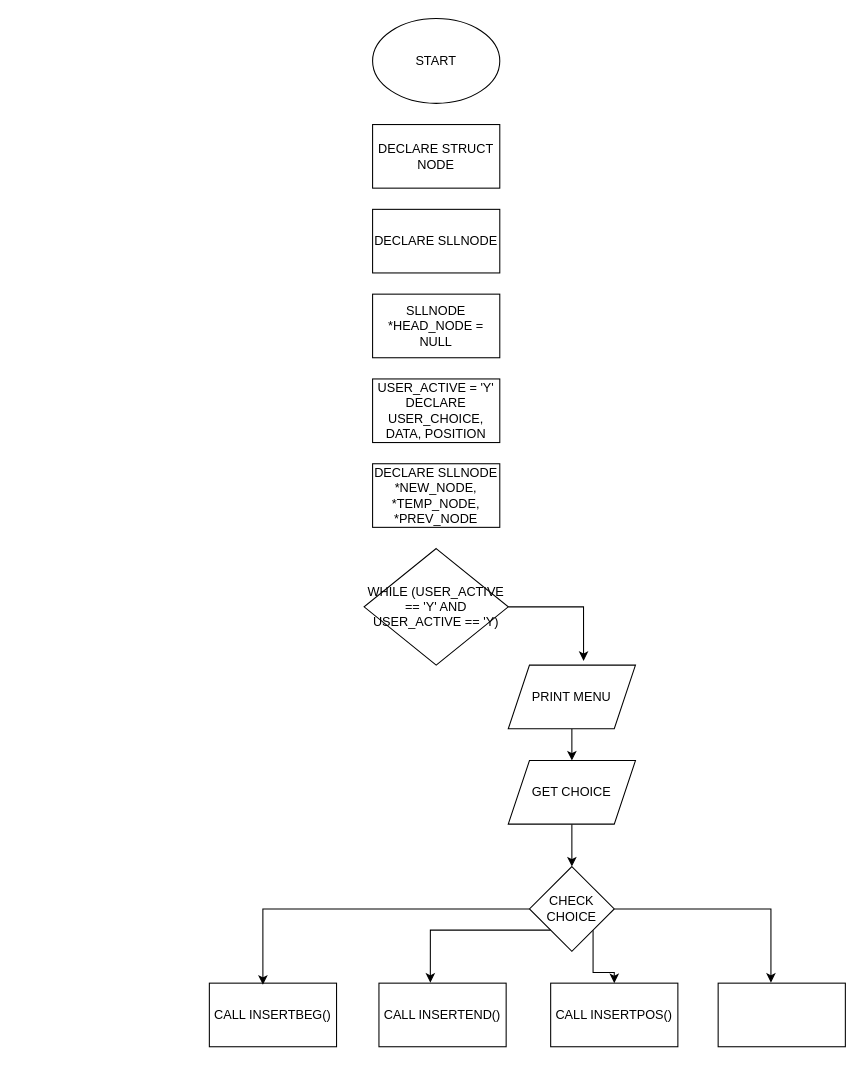
This is SLL.drawio from ahamril2265/DSA-LABS, a draw.io file, before an edit. Source tidied: cells renumbered, new cells numbered last; positions are measured from the earlier drawing's top-left corner, leaving out a move shared by most shapes. Both pictures are drawn from the tidied source at 106%, with x=0, y=0 at pixel (209, 18).
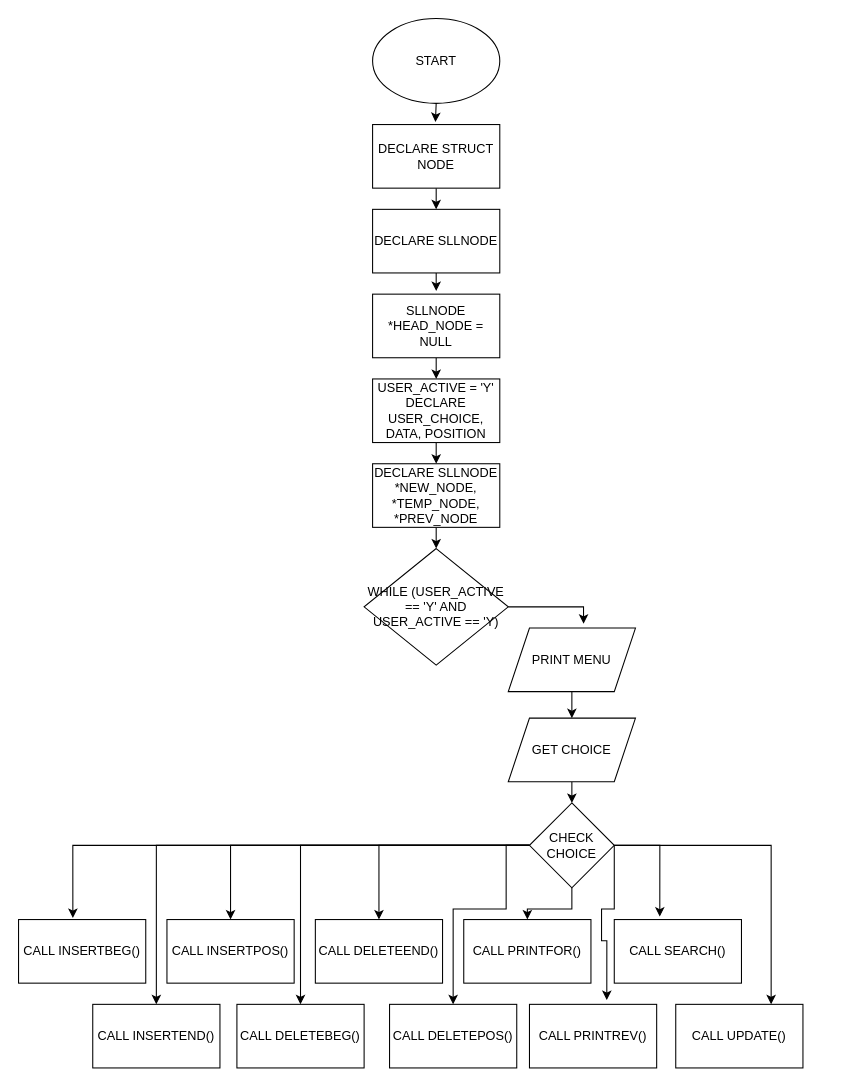
The same page after the edit.

Unchanged cells that the change refers to:
```xml
<mxCell id="2" value="START" style="ellipse;whiteSpace=wrap;html=1;" parent="1" vertex="1">
  <mxGeometry x="154" width="120" height="80" as="geometry" />
</mxCell>
<mxCell id="3" value="DECLARE STRUCT NODE" style="rounded=0;whiteSpace=wrap;html=1;" parent="1" vertex="1">
  <mxGeometry x="154" y="100" width="120" height="60" as="geometry" />
</mxCell>
<mxCell id="4" value="DECLARE SLLNODE" style="rounded=0;whiteSpace=wrap;html=1;" parent="1" vertex="1">
  <mxGeometry x="154" y="180" width="120" height="60" as="geometry" />
</mxCell>
<mxCell id="5" value="SLLNODE *HEAD_NODE = NULL" style="rounded=0;whiteSpace=wrap;html=1;" parent="1" vertex="1">
  <mxGeometry x="154" y="260" width="120" height="60" as="geometry" />
</mxCell>
<mxCell id="6" value="USER_ACTIVE = 'Y'&lt;div&gt;DECLARE USER_CHOICE, DATA, POSITION&lt;/div&gt;" style="rounded=0;whiteSpace=wrap;html=1;" parent="1" vertex="1">
  <mxGeometry x="154" y="340" width="120" height="60" as="geometry" />
</mxCell>
<mxCell id="7" value="DECLARE SLLNODE *NEW_NODE, *TEMP_NODE, *PREV_NODE" style="rounded=0;whiteSpace=wrap;html=1;" parent="1" vertex="1">
  <mxGeometry x="154" y="420" width="120" height="60" as="geometry" />
</mxCell>
<mxCell id="8" value="WHILE (USER_ACTIVE == 'Y' AND USER_ACTIVE == 'Y)" style="rhombus;whiteSpace=wrap;html=1;" parent="1" vertex="1">
  <mxGeometry x="146" y="500" width="136" height="110" as="geometry" />
</mxCell>
```

Change to the diagram source:
```diff
@@
+    <mxCell id="23" style="edgeStyle=orthogonalEdgeStyle;rounded=0;jettySize=auto;html=1;exitX=0.5;exitY=1;exitDx=0;exitDy=0;entryX=0.5;entryY=0;entryDx=0;entryDy=0;" parent="1" edge="1" source="3" target="4">
+      <mxGeometry relative="1" as="geometry" />
+    </mxCell>
@@
+    <mxCell id="24" style="edgeStyle=orthogonalEdgeStyle;rounded=0;jettySize=auto;html=1;exitX=0.5;exitY=1;exitDx=0;exitDy=0;entryX=0.5;entryY=0;entryDx=0;entryDy=0;" parent="1" edge="1" source="5" target="6">
+      <mxGeometry relative="1" as="geometry" />
+    </mxCell>
@@
+    <mxCell id="25" style="edgeStyle=orthogonalEdgeStyle;rounded=0;jettySize=auto;html=1;exitX=0.5;exitY=1;exitDx=0;exitDy=0;entryX=0.5;entryY=0;entryDx=0;entryDy=0;" parent="1" edge="1" source="6" target="7">
+      <mxGeometry relative="1" as="geometry" />
+    </mxCell>
@@
+    <mxCell id="26" style="edgeStyle=orthogonalEdgeStyle;rounded=0;jettySize=auto;html=1;exitX=0.5;exitY=1;exitDx=0;exitDy=0;entryX=0.5;entryY=0;entryDx=0;entryDy=0;" parent="1" edge="1" source="7" target="8">
+      <mxGeometry relative="1" as="geometry" />
+    </mxCell>
@@
     <mxCell id="10" value="PRINT MENU" style="shape=parallelogram;perimeter=parallelogramPerimeter;whiteSpace=wrap;html=1;fixedSize=1;" parent="1" vertex="1">
-      <mxGeometry x="282" y="610" width="120" height="60" as="geometry" />
+      <mxGeometry x="282" y="575" width="120" height="60" as="geometry" />
     </mxCell>
@@
     <mxCell id="13" value="GET CHOICE" style="shape=parallelogram;perimeter=parallelogramPerimeter;whiteSpace=wrap;html=1;fixedSize=1;" parent="1" vertex="1">
-      <mxGeometry x="282" y="700" width="120" height="60" as="geometry" />
+      <mxGeometry x="282" y="660" width="120" height="60" as="geometry" />
     </mxCell>
+    <mxCell id="20" style="edgeStyle=orthogonalEdgeStyle;rounded=0;jettySize=auto;html=1;exitX=0;exitY=0.5;exitDx=0;exitDy=0;entryX=0.427;entryY=-0.025;entryDx=0;entryDy=0;entryPerimeter=0;" parent="1" edge="1" source="15" target="16">
+      <mxGeometry relative="1" as="geometry" />
+    </mxCell>
-    <mxCell id="14" style="edgeStyle=orthogonalEdgeStyle;rounded=0;jettySize=auto;html=1;exitX=1;exitY=1;exitDx=0;exitDy=0;entryX=0.5;entryY=0;entryDx=0;entryDy=0;" parent="1" edge="1" source="15" target="18">
+    <mxCell id="14" style="edgeStyle=orthogonalEdgeStyle;rounded=0;jettySize=auto;html=1;entryX=0.5;entryY=0;entryDx=0;entryDy=0;exitX=0;exitY=0.5;exitDx=0;exitDy=0;" parent="1" edge="1" source="15" target="18">
       <mxGeometry relative="1" as="geometry" />
     </mxCell>
+    <mxCell id="27" style="edgeStyle=orthogonalEdgeStyle;rounded=0;jettySize=auto;html=1;entryX=0.5;entryY=0;entryDx=0;entryDy=0;" parent="1" edge="1" source="15" target="31">
+      <mxGeometry relative="1" as="geometry" />
+    </mxCell>
+    <mxCell id="28" style="edgeStyle=orthogonalEdgeStyle;rounded=0;jettySize=auto;html=1;entryX=0.5;entryY=0;entryDx=0;entryDy=0;" parent="1" edge="1" source="15" target="33">
+      <mxGeometry relative="1" as="geometry" />
+    </mxCell>
+    <mxCell id="21" style="edgeStyle=orthogonalEdgeStyle;rounded=0;jettySize=auto;html=1;exitX=0;exitY=0.5;exitDx=0;exitDy=0;" parent="1" edge="1" source="15" target="17">
+      <mxGeometry relative="1" as="geometry" />
+    </mxCell>
+    <mxCell id="22" style="edgeStyle=orthogonalEdgeStyle;rounded=0;jettySize=auto;html=1;exitX=0;exitY=0.5;exitDx=0;exitDy=0;entryX=0.5;entryY=0;entryDx=0;entryDy=0;" parent="1" edge="1" source="15" target="19">
+      <mxGeometry relative="1" as="geometry" />
+    </mxCell>
+    <mxCell id="29" style="edgeStyle=orthogonalEdgeStyle;rounded=0;jettySize=auto;html=1;exitX=0;exitY=0.5;exitDx=0;exitDy=0;" parent="1" edge="1" source="15" target="32">
+      <mxGeometry relative="1" as="geometry">
+        <Array as="points">
+          <mxPoint x="280" y="780" />
+          <mxPoint x="280" y="840" />
+          <mxPoint x="230" y="840" />
+        </Array>
+      </mxGeometry>
+    </mxCell>
+    <mxCell id="30" style="edgeStyle=orthogonalEdgeStyle;rounded=0;jettySize=auto;html=1;exitX=1;exitY=0.5;exitDx=0;exitDy=0;entryX=0.75;entryY=0;entryDx=0;entryDy=0;" parent="1" edge="1" source="15" target="36">
+      <mxGeometry relative="1" as="geometry" />
+    </mxCell>
     <mxCell id="15" value="CHECK CHOICE" style="rhombus;whiteSpace=wrap;html=1;" parent="1" vertex="1">
-      <mxGeometry x="302" y="800" width="80" height="80" as="geometry" />
+      <mxGeometry x="302" y="740" width="80" height="80" as="geometry" />
     </mxCell>
     <mxCell id="16" value="CALL INSERTBEG()" style="rounded=0;whiteSpace=wrap;html=1;" parent="1" vertex="1">
-      <mxGeometry y="910" width="120" height="60" as="geometry" />
+      <mxGeometry x="-180" y="850" width="120" height="60" as="geometry" />
     </mxCell>
     <mxCell id="17" value="CALL INSERTEND()" style="rounded=0;whiteSpace=wrap;html=1;" parent="1" vertex="1">
-      <mxGeometry x="160" y="910" width="120" height="60" as="geometry" />
+      <mxGeometry x="-110" y="930" width="120" height="60" as="geometry" />
     </mxCell>
     <mxCell id="18" value="CALL INSERTPOS()" style="rounded=0;whiteSpace=wrap;html=1;" parent="1" vertex="1">
-      <mxGeometry x="322" y="910" width="120" height="60" as="geometry" />
+      <mxGeometry x="-40" y="850" width="120" height="60" as="geometry" />
     </mxCell>
-    <mxCell id="19" style="rounded=0;whiteSpace=wrap;html=1;" parent="1" vertex="1">
-      <mxGeometry x="480" y="910" width="120" height="60" as="geometry" />
+    <mxCell id="19" value="CALL DELETEBEG()" style="rounded=0;whiteSpace=wrap;html=1;" parent="1" vertex="1">
+      <mxGeometry x="26" y="930" width="120" height="60" as="geometry" />
     </mxCell>
-    <mxCell id="20" style="edgeStyle=orthogonalEdgeStyle;rounded=0;jettySize=auto;html=1;exitX=0;exitY=0.5;exitDx=0;exitDy=0;entryX=0.421;entryY=0.026;entryDx=0;entryDy=0;entryPerimeter=0;" parent="1" edge="1" source="15" target="16">
-      <mxGeometry relative="1" as="geometry" />
-    </mxCell>
-    <mxCell id="21" style="edgeStyle=orthogonalEdgeStyle;rounded=0;jettySize=auto;html=1;exitX=0;exitY=1;exitDx=0;exitDy=0;entryX=0.404;entryY=-0.008;entryDx=0;entryDy=0;entryPerimeter=0;" parent="1" edge="1" source="15" target="17">
-      <mxGeometry relative="1" as="geometry" />
-    </mxCell>
-    <mxCell id="22" style="edgeStyle=orthogonalEdgeStyle;rounded=0;jettySize=auto;html=1;exitX=1;exitY=0.5;exitDx=0;exitDy=0;entryX=0.415;entryY=-0.008;entryDx=0;entryDy=0;entryPerimeter=0;" parent="1" edge="1" source="15" target="19">
-      <mxGeometry relative="1" as="geometry" />
-    </mxCell>
+    <mxCell id="31" value="CALL DELETEEND()" style="rounded=0;whiteSpace=wrap;html=1;" parent="1" vertex="1">
+      <mxGeometry x="100" y="850" width="120" height="60" as="geometry" />
+    </mxCell>
+    <mxCell id="32" value="CALL DELETEPOS()" style="rounded=0;whiteSpace=wrap;html=1;" parent="1" vertex="1">
+      <mxGeometry x="170" y="930" width="120" height="60" as="geometry" />
+    </mxCell>
+    <mxCell id="33" value="CALL PRINTFOR()" style="rounded=0;whiteSpace=wrap;html=1;" parent="1" vertex="1">
+      <mxGeometry x="240" y="850" width="120" height="60" as="geometry" />
+    </mxCell>
+    <mxCell id="34" value="CALL PRINTREV()" style="rounded=0;whiteSpace=wrap;html=1;" parent="1" vertex="1">
+      <mxGeometry x="302" y="930" width="120" height="60" as="geometry" />
+    </mxCell>
+    <mxCell id="35" value="CALL SEARCH()" style="rounded=0;whiteSpace=wrap;html=1;" parent="1" vertex="1">
+      <mxGeometry x="382" y="850" width="120" height="60" as="geometry" />
+    </mxCell>
+    <mxCell id="36" value="CALL UPDATE()" style="rounded=0;whiteSpace=wrap;html=1;" parent="1" vertex="1">
+      <mxGeometry x="440" y="930" width="120" height="60" as="geometry" />
+    </mxCell>
+    <mxCell id="37" style="edgeStyle=orthogonalEdgeStyle;rounded=0;jettySize=auto;html=1;exitX=1;exitY=0.5;exitDx=0;exitDy=0;entryX=0.358;entryY=-0.046;entryDx=0;entryDy=0;entryPerimeter=0;" parent="1" edge="1" source="15" target="35">
+      <mxGeometry relative="1" as="geometry" />
+    </mxCell>
+    <mxCell id="38" style="edgeStyle=orthogonalEdgeStyle;rounded=0;jettySize=auto;html=1;exitX=1;exitY=0.5;exitDx=0;exitDy=0;entryX=0.608;entryY=-0.067;entryDx=0;entryDy=0;entryPerimeter=0;" parent="1" edge="1" source="15" target="34">
+      <mxGeometry relative="1" as="geometry">
+        <Array as="points">
+          <mxPoint x="382" y="840" />
+          <mxPoint x="370" y="840" />
+          <mxPoint x="370" y="870" />
+          <mxPoint x="375" y="870" />
+        </Array>
+      </mxGeometry>
+    </mxCell>
+    <mxCell id="39" style="edgeStyle=orthogonalEdgeStyle;rounded=0;jettySize=auto;html=1;exitX=0.5;exitY=1;exitDx=0;exitDy=0;entryX=0.494;entryY=-0.039;entryDx=0;entryDy=0;entryPerimeter=0;" parent="1" edge="1" source="2" target="3">
+      <mxGeometry relative="1" as="geometry" />
+    </mxCell>
+    <mxCell id="40" style="edgeStyle=orthogonalEdgeStyle;rounded=0;jettySize=auto;html=1;exitX=0.5;exitY=1;exitDx=0;exitDy=0;entryX=0.5;entryY=-0.05;entryDx=0;entryDy=0;entryPerimeter=0;" parent="1" edge="1" source="4" target="5">
+      <mxGeometry relative="1" as="geometry" />
+    </mxCell>
```
